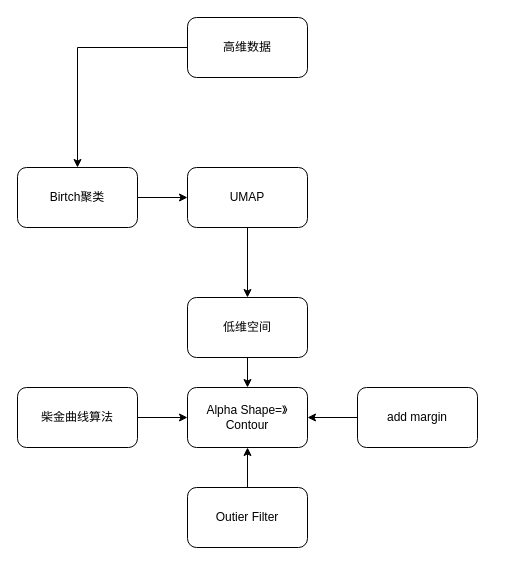
This is Untitled Diagram.drawio from wuuusicong/practiceCSSHtmlJS, a draw.io file, before an edit. Source tidied: cells renumbered, new cells numbered last; positions are measured from the earlier drawing's top-left corner, leaving out a move shared by most shapes. Both pictures are drawn from the tidied source at 100%, with x=0, y=0 at pixel (17, 17).
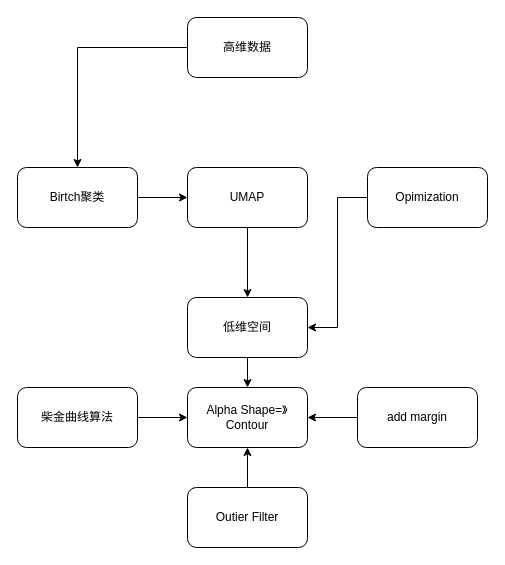
Above is the later version.

What changed in the source:
```diff
@@
 <mxGraphModel>
   <root>
     <mxCell id="0" />
     <mxCell id="1" parent="0" />
     <mxCell id="2" style="edgeStyle=orthogonalEdgeStyle;rounded=0;jettySize=auto;html=1;" parent="1" edge="1" source="3" target="5">
       <mxGeometry relative="1" as="geometry" />
     </mxCell>
     <mxCell id="3" value="高维数据" style="rounded=1;whiteSpace=wrap;html=1;" parent="1" vertex="1">
       <mxGeometry x="170" width="120" height="60" as="geometry" />
     </mxCell>
     <mxCell id="4" style="edgeStyle=orthogonalEdgeStyle;rounded=0;jettySize=auto;html=1;" parent="1" edge="1" source="5" target="7">
       <mxGeometry relative="1" as="geometry" />
     </mxCell>
     <mxCell id="5" value="Birtch聚类" style="whiteSpace=wrap;html=1;rounded=1;" parent="1" vertex="1">
       <mxGeometry y="150" width="120" height="60" as="geometry" />
     </mxCell>
     <mxCell id="6" style="edgeStyle=orthogonalEdgeStyle;rounded=0;jettySize=auto;html=1;" parent="1" edge="1" source="7" target="9">
       <mxGeometry relative="1" as="geometry" />
     </mxCell>
     <mxCell id="7" value="UMAP" style="whiteSpace=wrap;html=1;rounded=1;" parent="1" vertex="1">
       <mxGeometry x="170" y="150" width="120" height="60" as="geometry" />
     </mxCell>
     <mxCell id="8" style="edgeStyle=orthogonalEdgeStyle;rounded=0;jettySize=auto;html=1;" parent="1" edge="1" source="9" target="11">
       <mxGeometry relative="1" as="geometry" />
     </mxCell>
     <mxCell id="9" value="低维空间" style="whiteSpace=wrap;html=1;rounded=1;" parent="1" vertex="1">
       <mxGeometry x="170" y="280" width="120" height="60" as="geometry" />
     </mxCell>
     <mxCell id="10" style="edgeStyle=orthogonalEdgeStyle;rounded=0;orthogonalLoop=1;jettySize=auto;html=1;exitX=0.5;exitY=1;exitDx=0;exitDy=0;" parent="1" edge="1" source="7" target="7">
       <mxGeometry relative="1" as="geometry" />
     </mxCell>
     <mxCell id="11" value="Alpha Shape=》Contour" style="whiteSpace=wrap;html=1;rounded=1;" parent="1" vertex="1">
       <mxGeometry x="170" y="370" width="120" height="60" as="geometry" />
     </mxCell>
     <mxCell id="12" style="edgeStyle=orthogonalEdgeStyle;rounded=0;jettySize=auto;html=1;" parent="1" edge="1" source="13" target="11">
       <mxGeometry relative="1" as="geometry" />
     </mxCell>
     <mxCell id="13" value="柴金曲线算法" style="whiteSpace=wrap;html=1;rounded=1;" parent="1" vertex="1">
       <mxGeometry y="370" width="120" height="60" as="geometry" />
     </mxCell>
     <mxCell id="14" style="edgeStyle=orthogonalEdgeStyle;rounded=0;jettySize=auto;html=1;" parent="1" edge="1" source="15" target="11">
       <mxGeometry relative="1" as="geometry" />
     </mxCell>
     <mxCell id="15" value="add margin" style="whiteSpace=wrap;html=1;rounded=1;" parent="1" vertex="1">
       <mxGeometry x="340" y="370" width="120" height="60" as="geometry" />
     </mxCell>
     <mxCell id="16" style="edgeStyle=orthogonalEdgeStyle;rounded=0;jettySize=auto;html=1;" parent="1" edge="1" source="17" target="11">
       <mxGeometry relative="1" as="geometry" />
     </mxCell>
     <mxCell id="17" value="Outier Filter" style="whiteSpace=wrap;html=1;rounded=1;" parent="1" vertex="1">
       <mxGeometry x="170" y="470" width="120" height="60" as="geometry" />
     </mxCell>
+    <mxCell id="18" style="edgeStyle=orthogonalEdgeStyle;rounded=0;jettySize=auto;html=1;entryX=1;entryY=0.5;entryDx=0;entryDy=0;" parent="1" edge="1" source="19" target="9">
+      <mxGeometry relative="1" as="geometry" />
+    </mxCell>
+    <mxCell id="19" value="Opimization" style="whiteSpace=wrap;html=1;rounded=1;" parent="1" vertex="1">
+      <mxGeometry x="350" y="150" width="120" height="60" as="geometry" />
+    </mxCell>
   </root>
 </mxGraphModel>
```
